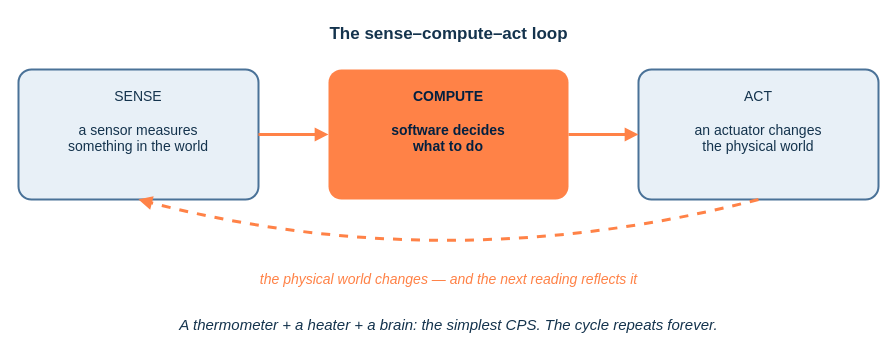
This is course-notes/diagrams/course-notes2-fig07.drawio from eislab-cps/D7065E, a draw.io file, before an edit. Source tidied: cells renumbered, new cells numbered last; positions are measured from the earlier drawing's top-left corner, leaving out a move shared by most shapes. Both pictures are drawn from the tidied source at 100%, with x=0, y=0 at pixel (18, 17).
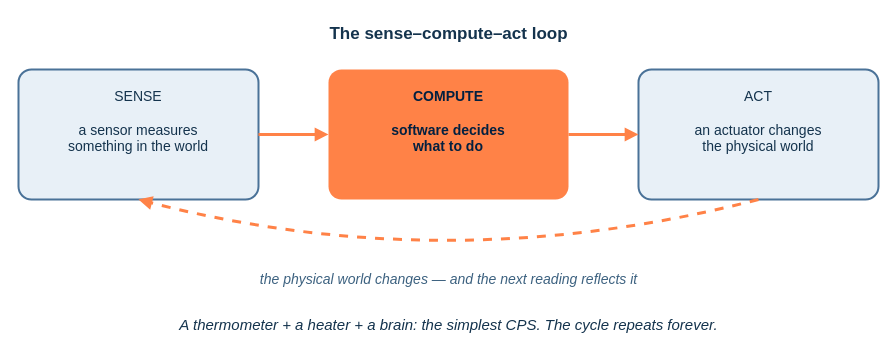
Above is the later version.

Change to the diagram source:
```diff
@@
 <mxGraphModel background="#FFFFFF">
   <root>
     <mxCell id="0" />
     <mxCell id="1" parent="0" />
     <mxCell id="2" value="The sense–compute–act loop" style="text;html=1;align=center;fontColor=#14334D;fontSize=17;fontStyle=1;fontFamily=Helvetica;" parent="1" vertex="1">
       <mxGeometry x="30" width="800" height="28" as="geometry" />
     </mxCell>
     <mxCell id="3" value="SENSE&#10;&#10;a sensor measures&#10;something in the world" style="rounded=1;whiteSpace=wrap;html=1;fillColor=#E8F0F7;strokeColor=#4A7298;strokeWidth=2;fontColor=#14334D;fontSize=14;fontFamily=Helvetica;verticalAlign=top;spacingTop=12;arcSize=10;" parent="1" vertex="1">
       <mxGeometry y="52" width="240" height="130" as="geometry" />
     </mxCell>
     <mxCell id="4" value="COMPUTE&#10;&#10;software decides&#10;what to do" style="rounded=1;whiteSpace=wrap;html=1;fillColor=#FF8247;strokeColor=none;fontColor=#032040;fontSize=14;fontStyle=1;fontFamily=Helvetica;verticalAlign=top;spacingTop=12;arcSize=10;" parent="1" vertex="1">
       <mxGeometry x="310" y="52" width="240" height="130" as="geometry" />
     </mxCell>
     <mxCell id="5" value="ACT&#10;&#10;an actuator changes&#10;the physical world" style="rounded=1;whiteSpace=wrap;html=1;fillColor=#E8F0F7;strokeColor=#4A7298;strokeWidth=2;fontColor=#14334D;fontSize=14;fontFamily=Helvetica;verticalAlign=top;spacingTop=12;arcSize=10;" parent="1" vertex="1">
       <mxGeometry x="620" y="52" width="240" height="130" as="geometry" />
     </mxCell>
     <mxCell id="6" style="endArrow=block;html=1;strokeColor=#FF8247;strokeWidth=3;exitX=1;exitY=0.5;entryX=0;entryY=0.5;" parent="1" edge="1" source="3" target="4">
       <mxGeometry relative="1" as="geometry" />
     </mxCell>
     <mxCell id="7" style="endArrow=block;html=1;strokeColor=#FF8247;strokeWidth=3;exitX=1;exitY=0.5;entryX=0;entryY=0.5;" parent="1" edge="1" source="4" target="5">
       <mxGeometry relative="1" as="geometry" />
     </mxCell>
-    <mxCell id="8" value="the physical world changes — and the next reading reflects it" style="endArrow=block;html=1;strokeColor=#FF8247;strokeWidth=3;dashed=1;fontColor=#FF8247;fontSize=14;fontStyle=2;fontFamily=Helvetica;labelBackgroundColor=#FFFFFF;curved=1;exitX=0.5;exitY=1;entryX=0.5;entryY=1;" parent="1" edge="1" source="5" target="3">
+    <mxCell id="8" value="the physical world changes — and the next reading reflects it" style="endArrow=block;html=1;strokeColor=#FF8247;strokeWidth=3;dashed=1;fontColor=#3D6280;fontSize=14;fontStyle=2;fontFamily=Helvetica;labelBackgroundColor=#FFFFFF;curved=1;exitX=0.5;exitY=1;entryX=0.5;entryY=1;" parent="1" edge="1" source="5" target="3">
       <mxGeometry relative="1" as="geometry">
         <Array as="points">
           <mxPoint x="430" y="262" />
         </Array>
       </mxGeometry>
     </mxCell>
     <mxCell id="9" value="A thermometer + a heater + a brain: the simplest CPS. The cycle repeats forever." style="text;html=1;align=center;fontColor=#14334D;fontSize=15;fontStyle=2;fontFamily=Helvetica;" parent="1" vertex="1">
       <mxGeometry x="80" y="292" width="700" height="28" as="geometry" />
     </mxCell>
   </root>
 </mxGraphModel>
```
